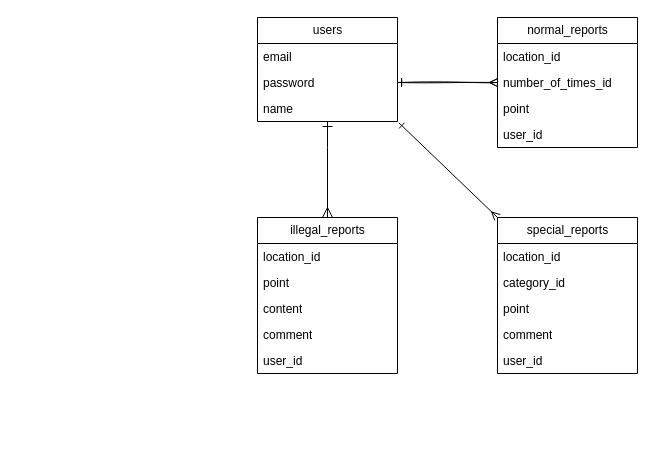
nakamu26/clean-up keeps this draw.io diagram as ER.dio. Above is the earlier version. Source tidied: cells renumbered, new cells numbered last; positions are measured from the earlier drawing's top-left corner, leaving out a move shared by most shapes. Both pictures are drawn from the tidied source at 100%, with x=0, y=0 at pixel (257, 17).
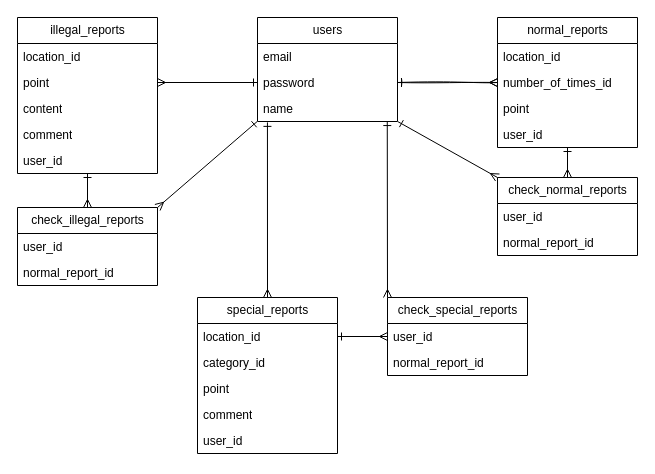
After the change.

Commit message (it also covers changes not shown here):
ER図、テーブル設計に追記

The change refers to these unchanged cells:
```xml
<mxCell id="2" value="users" style="swimlane;fontStyle=0;horizontal=1;startSize=26;fillColor=none;html=1;" parent="1" vertex="1">
  <mxGeometry width="140" height="104" as="geometry" />
</mxCell>
<mxCell id="4" value="password" style="text;strokeColor=none;fillColor=none;align=left;verticalAlign=top;spacingLeft=4;spacingRight=4;overflow=hidden;points=[[0,0.5],[1,0.5]];portConstraint=eastwest;whiteSpace=wrap;html=1;" parent="2" vertex="1">
  <mxGeometry y="52" width="140" height="26" as="geometry" />
</mxCell>
<mxCell id="5" value="name" style="text;strokeColor=none;fillColor=none;align=left;verticalAlign=top;spacingLeft=4;spacingRight=4;overflow=hidden;points=[[0,0.5],[1,0.5]];portConstraint=eastwest;whiteSpace=wrap;html=1;" parent="2" vertex="1">
  <mxGeometry y="78" width="140" height="26" as="geometry" />
</mxCell>
<mxCell id="11" value="user_id" style="text;strokeColor=none;fillColor=none;align=left;verticalAlign=top;spacingLeft=4;spacingRight=4;overflow=hidden;points=[[0,0.5],[1,0.5]];portConstraint=eastwest;whiteSpace=wrap;html=1;" parent="7" vertex="1">
  <mxGeometry y="104" width="140" height="26" as="geometry" />
</mxCell>
<mxCell id="21" value="point" style="text;strokeColor=none;fillColor=none;align=left;verticalAlign=top;spacingLeft=4;spacingRight=4;overflow=hidden;points=[[0,0.5],[1,0.5]];portConstraint=eastwest;whiteSpace=wrap;html=1;" parent="19" vertex="1">
  <mxGeometry y="52" width="140" height="26" as="geometry" />
</mxCell>
```

Diff of the diagram source:
```diff
@@
-    <mxCell id="12" style="edgeStyle=none;html=1;exitX=0;exitY=0;exitDx=0;exitDy=0;entryX=1.01;entryY=1.051;entryDx=0;entryDy=0;entryPerimeter=0;endArrow=ERone;endFill=0;startArrow=ERmany;startFill=0;" parent="1" edge="1" source="13" target="5">
+    <mxCell id="12" style="edgeStyle=none;html=1;exitX=0.5;exitY=0;exitDx=0;exitDy=0;entryX=0.071;entryY=1.034;entryDx=0;entryDy=0;entryPerimeter=0;endArrow=ERone;endFill=0;startArrow=ERmany;startFill=0;" parent="1" edge="1" source="13" target="5">
       <mxGeometry relative="1" as="geometry" />
     </mxCell>
     <mxCell id="13" value="special_reports" style="swimlane;fontStyle=0;horizontal=1;startSize=26;fillColor=none;html=1;" parent="1" vertex="1">
-      <mxGeometry x="240" y="200" width="140" height="156" as="geometry" />
+      <mxGeometry x="-60" y="280" width="140" height="156" as="geometry" />
     </mxCell>
@@
     <mxCell id="19" value="illegal_reports" style="swimlane;fontStyle=0;horizontal=1;startSize=26;fillColor=none;html=1;" parent="1" vertex="1">
-      <mxGeometry y="200" width="140" height="156" as="geometry" />
+      <mxGeometry x="-240" width="140" height="156" as="geometry" />
     </mxCell>
@@
-    <mxCell id="25" style="edgeStyle=elbowEdgeStyle;elbow=horizontal;endArrow=ERone;html=1;curved=0;rounded=0;endSize=8;startSize=8;entryX=0.5;entryY=1;entryDx=0;entryDy=0;endFill=0;startArrow=ERmany;startFill=0;" parent="1" edge="1" target="2">
-      <mxGeometry relative="1" as="geometry">
-        <mxPoint x="70" y="200" as="sourcePoint" />
-        <Array as="points">
-          <mxPoint x="70" y="130" />
-        </Array>
-      </mxGeometry>
-    </mxCell>
+    <mxCell id="26" style="edgeStyle=none;html=1;exitX=0;exitY=0;exitDx=0;exitDy=0;entryX=1.003;entryY=1.007;entryDx=0;entryDy=0;entryPerimeter=0;startArrow=ERmany;startFill=0;endArrow=ERone;endFill=0;" parent="1" edge="1" source="28" target="5">
+      <mxGeometry relative="1" as="geometry" />
+    </mxCell>
+    <mxCell id="27" style="edgeStyle=none;html=1;exitX=0.5;exitY=0;exitDx=0;exitDy=0;entryX=0.5;entryY=1;entryDx=0;entryDy=0;entryPerimeter=0;endArrow=ERone;endFill=0;startArrow=ERmany;startFill=0;" parent="1" edge="1" source="28" target="11">
+      <mxGeometry relative="1" as="geometry" />
+    </mxCell>
+    <mxCell id="28" value="check_normal_reports" style="swimlane;fontStyle=0;horizontal=1;startSize=26;fillColor=none;html=1;" parent="1" vertex="1">
+      <mxGeometry x="240" y="160" width="140" height="78" as="geometry" />
+    </mxCell>
+    <mxCell id="29" value="user_id" style="text;strokeColor=none;fillColor=none;align=left;verticalAlign=top;spacingLeft=4;spacingRight=4;overflow=hidden;whiteSpace=wrap;html=1;" parent="28" vertex="1">
+      <mxGeometry y="26" width="140" height="26" as="geometry" />
+    </mxCell>
+    <mxCell id="30" value="normal_report_id" style="text;strokeColor=none;fillColor=none;align=left;verticalAlign=top;spacingLeft=4;spacingRight=4;overflow=hidden;whiteSpace=wrap;html=1;" parent="28" vertex="1">
+      <mxGeometry y="52" width="140" height="26" as="geometry" />
+    </mxCell>
+    <mxCell id="31" style="edgeStyle=none;html=1;exitX=0;exitY=0;exitDx=0;exitDy=0;entryX=0.927;entryY=1.002;entryDx=0;entryDy=0;entryPerimeter=0;startArrow=ERmany;startFill=0;endArrow=ERone;endFill=0;" parent="1" edge="1" source="32" target="5">
+      <mxGeometry relative="1" as="geometry" />
+    </mxCell>
+    <mxCell id="32" value="check_special_reports" style="swimlane;fontStyle=0;horizontal=1;startSize=26;fillColor=none;html=1;" parent="1" vertex="1">
+      <mxGeometry x="130" y="280" width="140" height="78" as="geometry" />
+    </mxCell>
+    <mxCell id="33" value="user_id" style="text;strokeColor=none;fillColor=none;align=left;verticalAlign=top;spacingLeft=4;spacingRight=4;overflow=hidden;points=[[0,0.5],[1,0.5]];portConstraint=eastwest;whiteSpace=wrap;html=1;" parent="32" vertex="1">
+      <mxGeometry y="26" width="140" height="26" as="geometry" />
+    </mxCell>
+    <mxCell id="34" value="normal_report_id" style="text;strokeColor=none;fillColor=none;align=left;verticalAlign=top;spacingLeft=4;spacingRight=4;overflow=hidden;whiteSpace=wrap;html=1;" parent="32" vertex="1">
+      <mxGeometry y="52" width="140" height="26" as="geometry" />
+    </mxCell>
+    <mxCell id="35" style="edgeStyle=none;html=1;exitX=1;exitY=0;exitDx=0;exitDy=0;entryX=-0.003;entryY=1.004;entryDx=0;entryDy=0;entryPerimeter=0;startArrow=ERmany;startFill=0;endArrow=ERone;endFill=0;" parent="1" edge="1" source="37" target="5">
+      <mxGeometry relative="1" as="geometry" />
+    </mxCell>
+    <mxCell id="36" style="edgeStyle=none;html=1;exitX=0.5;exitY=0;exitDx=0;exitDy=0;entryX=0.5;entryY=1;entryDx=0;entryDy=0;endArrow=ERone;endFill=0;startArrow=ERmany;startFill=0;" parent="1" edge="1" source="37" target="19">
+      <mxGeometry relative="1" as="geometry" />
+    </mxCell>
+    <mxCell id="37" value="check_illegal_reports" style="swimlane;fontStyle=0;horizontal=1;startSize=26;fillColor=none;html=1;" parent="1" vertex="1">
+      <mxGeometry x="-240" y="190" width="140" height="78" as="geometry" />
+    </mxCell>
+    <mxCell id="38" value="user_id" style="text;strokeColor=none;fillColor=none;align=left;verticalAlign=top;spacingLeft=4;spacingRight=4;overflow=hidden;whiteSpace=wrap;html=1;" parent="37" vertex="1">
+      <mxGeometry y="26" width="140" height="26" as="geometry" />
+    </mxCell>
+    <mxCell id="39" value="normal_report_id" style="text;strokeColor=none;fillColor=none;align=left;verticalAlign=top;spacingLeft=4;spacingRight=4;overflow=hidden;whiteSpace=wrap;html=1;" parent="37" vertex="1">
+      <mxGeometry y="52" width="140" height="26" as="geometry" />
+    </mxCell>
+    <mxCell id="40" style="edgeStyle=none;html=1;exitX=1;exitY=0.5;exitDx=0;exitDy=0;entryX=0;entryY=0.5;entryDx=0;entryDy=0;endArrow=ERone;endFill=0;startArrow=ERmany;startFill=0;" parent="1" edge="1" source="21" target="4">
+      <mxGeometry relative="1" as="geometry" />
+    </mxCell>
+    <mxCell id="41" style="edgeStyle=none;html=1;exitX=0;exitY=0.5;exitDx=0;exitDy=0;endArrow=ERone;endFill=0;startArrow=ERmany;startFill=0;" parent="1" edge="1" source="33">
+      <mxGeometry relative="1" as="geometry">
+        <mxPoint x="80" y="319" as="targetPoint" />
+      </mxGeometry>
+    </mxCell>
```
